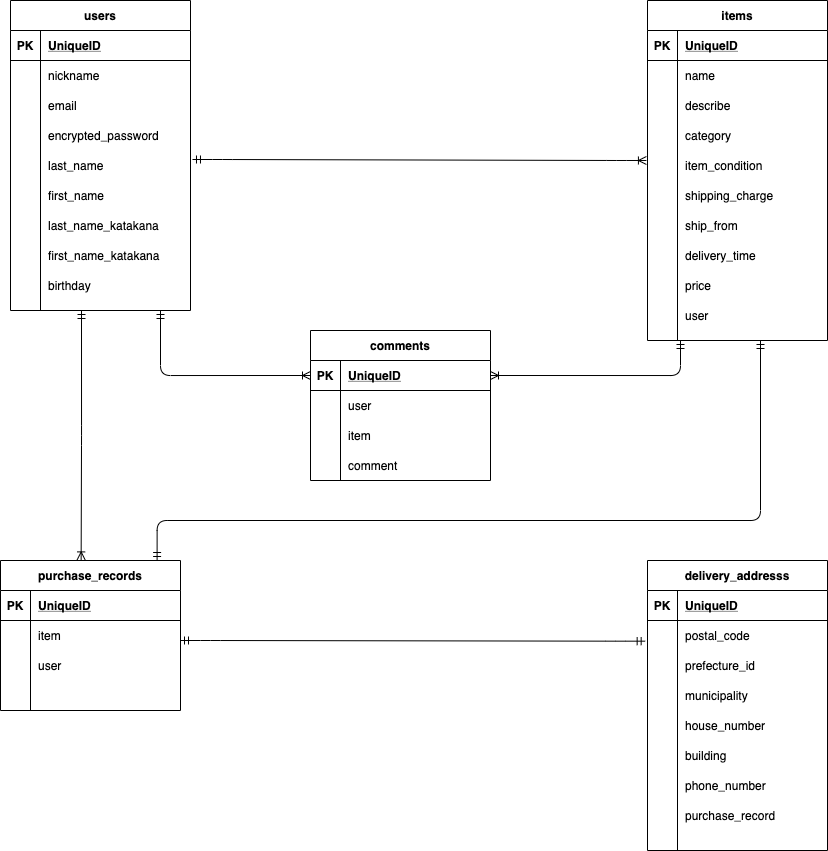
kurayoshi1976/furima-34499 keeps this draw.io diagram as public/furima.drawio.png. Above is the earlier version. Source tidied: cells renumbered, new cells last; positions are measured from the earlier drawing's top-left corner, leaving out a move shared by most shapes.
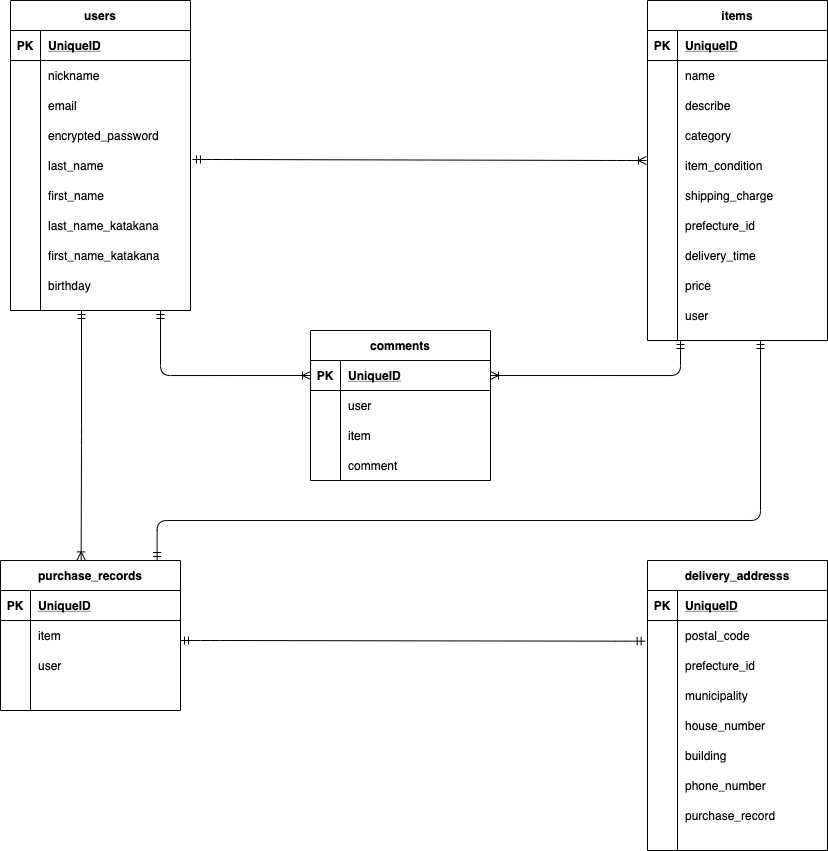
The same diagram one commit later.

Commit message:
データベース設計修正#4

Change to the diagram source:
```diff
@@ -149,7 +149,7 @@
     <mxCell id="50" style="shape=partialRectangle;fillColor=none;top=0;left=0;bottom=0;right=0;overflow=hidden;" parent="49" vertex="1">
       <mxGeometry width="30" height="30" as="geometry" />
     </mxCell>
-    <mxCell id="51" value="ship_from" style="shape=partialRectangle;fillColor=none;top=0;left=0;bottom=0;right=0;align=left;spacingLeft=6;overflow=hidden;" parent="49" vertex="1">
+    <mxCell id="51" value="prefecture_id" style="shape=partialRectangle;fillColor=none;top=0;left=0;bottom=0;right=0;align=left;spacingLeft=6;overflow=hidden;" parent="49" vertex="1">
       <mxGeometry x="30" width="150" height="30" as="geometry" />
     </mxCell>
     <mxCell id="52" style="shape=partialRectangle;fillColor=none;top=0;left=0;bottom=0;right=0;" parent="30" vertex="1">
```
